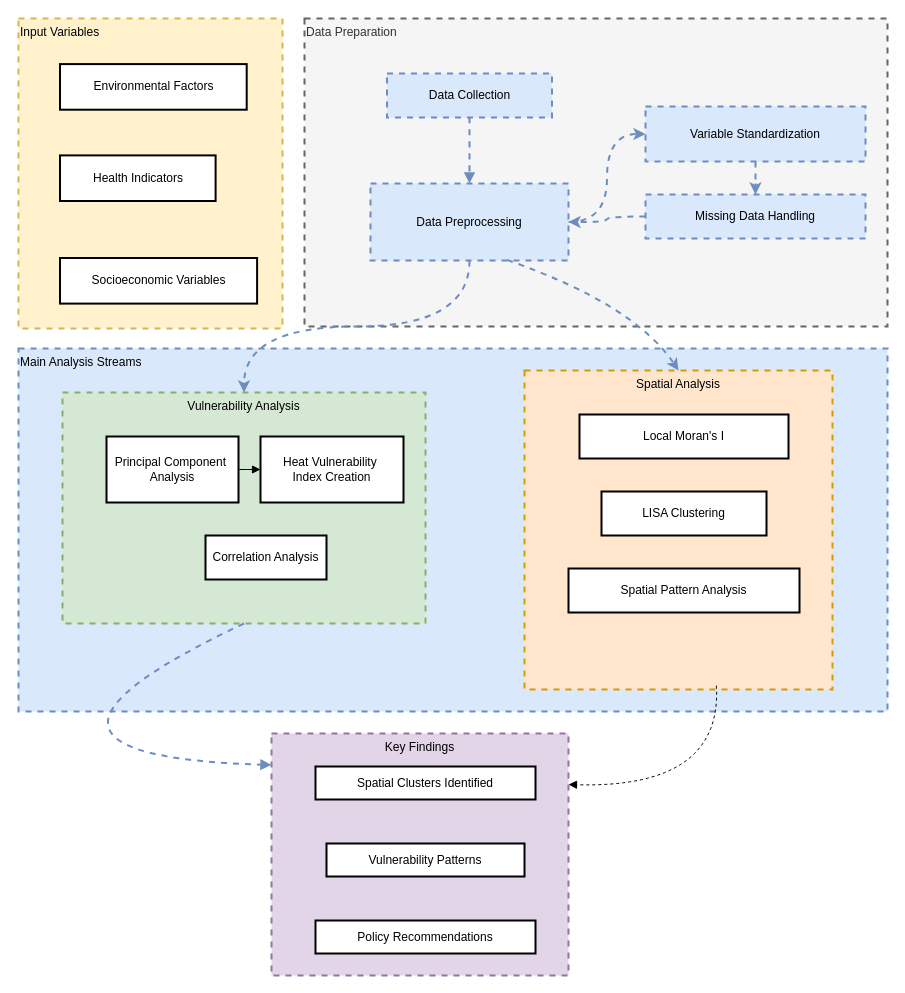
The draw.io diagram page "Page-2" (2 of 2) of Untitled Diagram.drawio in Logic06183/cohere-toolkit, before the edit. Source tidied: cells renumbered, new cells numbered last; positions are measured from the earlier drawing's top-left corner, leaving out a move shared by most shapes. Both pictures are drawn from the tidied source at 100%, with x=0, y=0 at pixel (-37, 18).
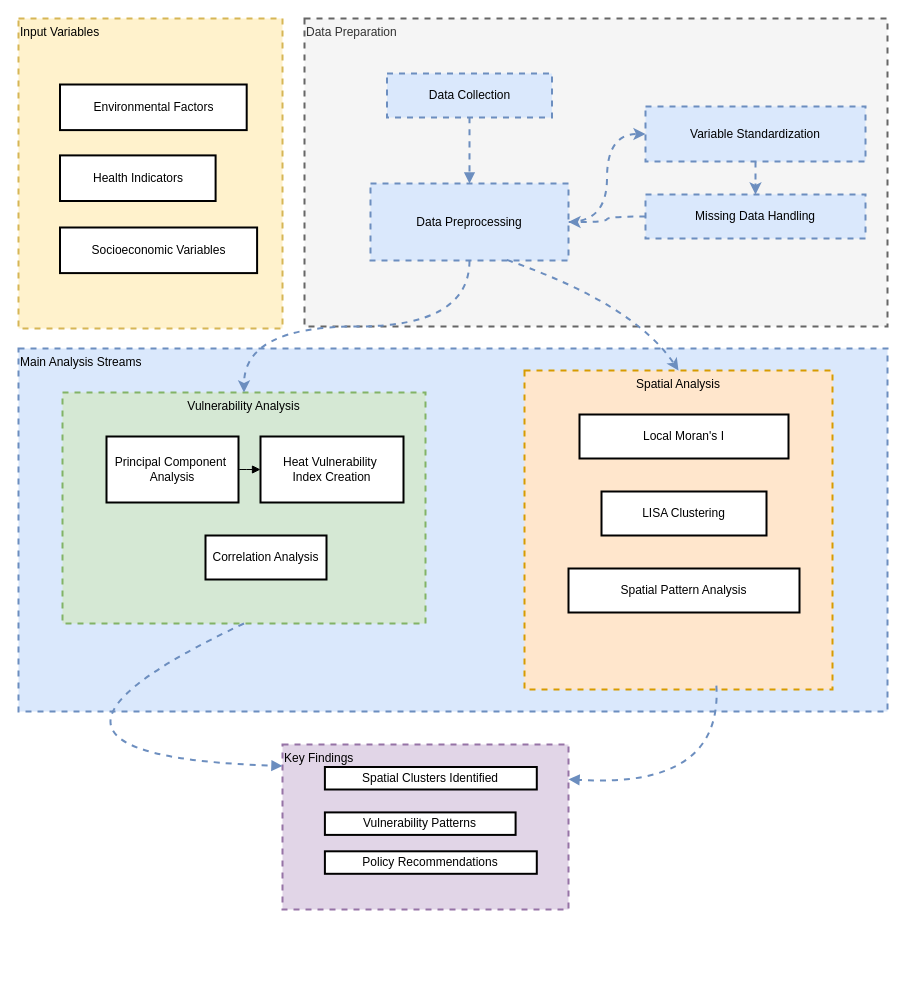
After the change.

The change refers to these unchanged cells:
```xml
<mxCell id="6" value="Input Variables" style="whiteSpace=wrap;strokeWidth=2;verticalAlign=top;fillColor=#fff2cc;strokeColor=#d6b656;dashed=1;align=left;" parent="1" vertex="1">
  <mxGeometry x="55" width="264" height="310" as="geometry" />
</mxCell>
<mxCell id="11" value="Spatial Analysis" style="whiteSpace=wrap;strokeWidth=2;verticalAlign=top;fillColor=#ffe6cc;strokeColor=#d79b00;dashed=1;" parent="1" vertex="1">
  <mxGeometry x="561" y="352" width="308" height="319" as="geometry" />
</mxCell>
```

Change to the diagram source:
```diff
@@
-    <mxCell id="2" value="Key Findings" style="whiteSpace=wrap;strokeWidth=2;verticalAlign=top;fillColor=#e1d5e7;strokeColor=#9673a6;dashed=1;" parent="1" vertex="1">
-      <mxGeometry x="308" y="715" width="297" height="242" as="geometry" />
+    <mxCell id="2" value="Key Findings" style="whiteSpace=wrap;strokeWidth=2;verticalAlign=top;fillColor=#e1d5e7;strokeColor=#9673a6;dashed=1;align=left;" parent="1" vertex="1">
+      <mxGeometry x="319" y="726" width="286" height="165" as="geometry" />
     </mxCell>
     <mxCell id="3" value="Spatial Clusters Identified" style="whiteSpace=wrap;strokeWidth=2;" parent="2" vertex="1">
-      <mxGeometry x="44" y="33" width="220" height="33" as="geometry" />
+      <mxGeometry x="42.4" y="22.5" width="211.9" height="22.5" as="geometry" />
     </mxCell>
     <mxCell id="4" value="Vulnerability Patterns" style="whiteSpace=wrap;strokeWidth=2;" parent="2" vertex="1">
-      <mxGeometry x="55" y="110" width="198" height="33" as="geometry" />
+      <mxGeometry x="42.4" y="67.9" width="190.7" height="22.5" as="geometry" />
     </mxCell>
     <mxCell id="5" value="Policy Recommendations" style="whiteSpace=wrap;strokeWidth=2;" parent="2" vertex="1">
-      <mxGeometry x="44" y="187" width="220" height="33" as="geometry" />
+      <mxGeometry x="42.4" y="106.8" width="211.9" height="22.5" as="geometry" />
     </mxCell>
@@
     <mxCell id="7" value="Environmental Factors" style="whiteSpace=wrap;strokeWidth=2;" parent="6" vertex="1">
-      <mxGeometry x="41.5" y="45.6" width="186.7" height="45.6" as="geometry" />
+      <mxGeometry x="41.5" y="66" width="186.7" height="45.6" as="geometry" />
     </mxCell>
@@
     <mxCell id="9" value="Socioeconomic Variables" style="whiteSpace=wrap;strokeWidth=2;" parent="6" vertex="1">
-      <mxGeometry x="41.5" y="239.5" width="197.1" height="45.6" as="geometry" />
+      <mxGeometry x="41.5" y="209" width="197.1" height="45.6" as="geometry" />
     </mxCell>
@@
-    <mxCell id="32" style="endArrow=block;html=1;rounded=0;exitX=0.623;exitY=0.988;exitDx=0;exitDy=0;exitPerimeter=0;entryX=1;entryY=0.211;entryDx=0;entryDy=0;entryPerimeter=0;curved=1;dashed=1;endFill=1;" parent="1" edge="1" source="11" target="2">
+    <mxCell id="32" style="endArrow=block;html=1;rounded=0;exitX=0.623;exitY=0.988;exitDx=0;exitDy=0;exitPerimeter=0;entryX=1;entryY=0.211;entryDx=0;entryDy=0;entryPerimeter=0;curved=1;dashed=1;endFill=1;strokeWidth=2;fillColor=#dae8fc;strokeColor=#6c8ebf;" parent="1" edge="1" source="11" target="2">
       <mxGeometry relative="1" as="geometry">
         <Array as="points">
           <mxPoint x="759" y="770" />
         </Array>
       </mxGeometry>
     </mxCell>
```
